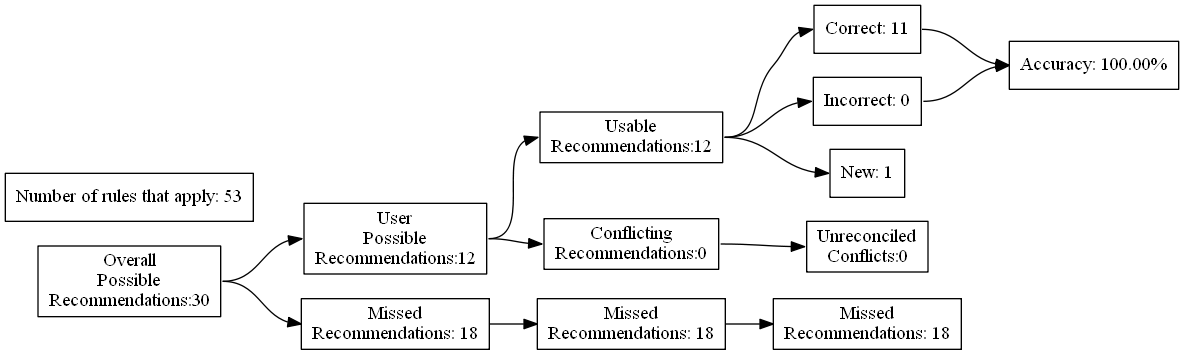
This is test_renders/30.gv.png from ZaxR/ibd_diet_analysis, a Graphviz export, as it was before one commit. Its source is kept beside it as test_renders/30.gv.
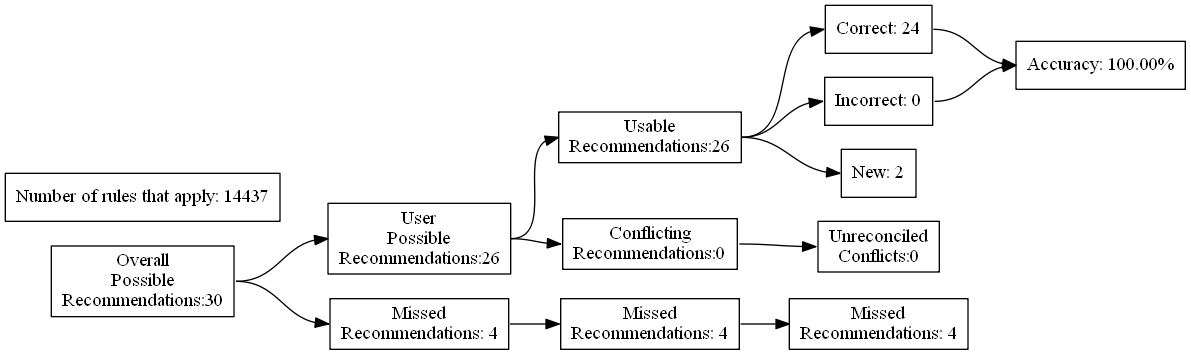
After the commit.

Diff of the diagram source:
```diff
@@ -7,24 +7,24 @@
 Recommendations:30"]
 		B [label="User
 Possible
-Recommendations:12"]
+Recommendations:26"]
 		C [label="Missed
-Recommendations: 18"]
+Recommendations: 4"]
 		D [label="Usable
-Recommendations:12"]
+Recommendations:26"]
 		E [label="Conflicting
 Recommendations:0"]
 		J [label="Missed
-Recommendations: 18"]
+Recommendations: 4"]
 		M [label="Unreconciled
 Conflicts:0"]
-		F [label="Correct: 11"]
+		F [label="Correct: 24"]
 		G [label="Incorrect: 0"]
-		H [label="New: 1"]
+		H [label="New: 2"]
 		K [label="Missed
-Recommendations: 18"]
+Recommendations: 4"]
 		I [label="Accuracy: 100.00%"]
-		l [label="Number of rules that apply: 53"]
+		l [label="Number of rules that apply: 14437"]
 			A -> B
 			A -> C
 			B -> D
```
